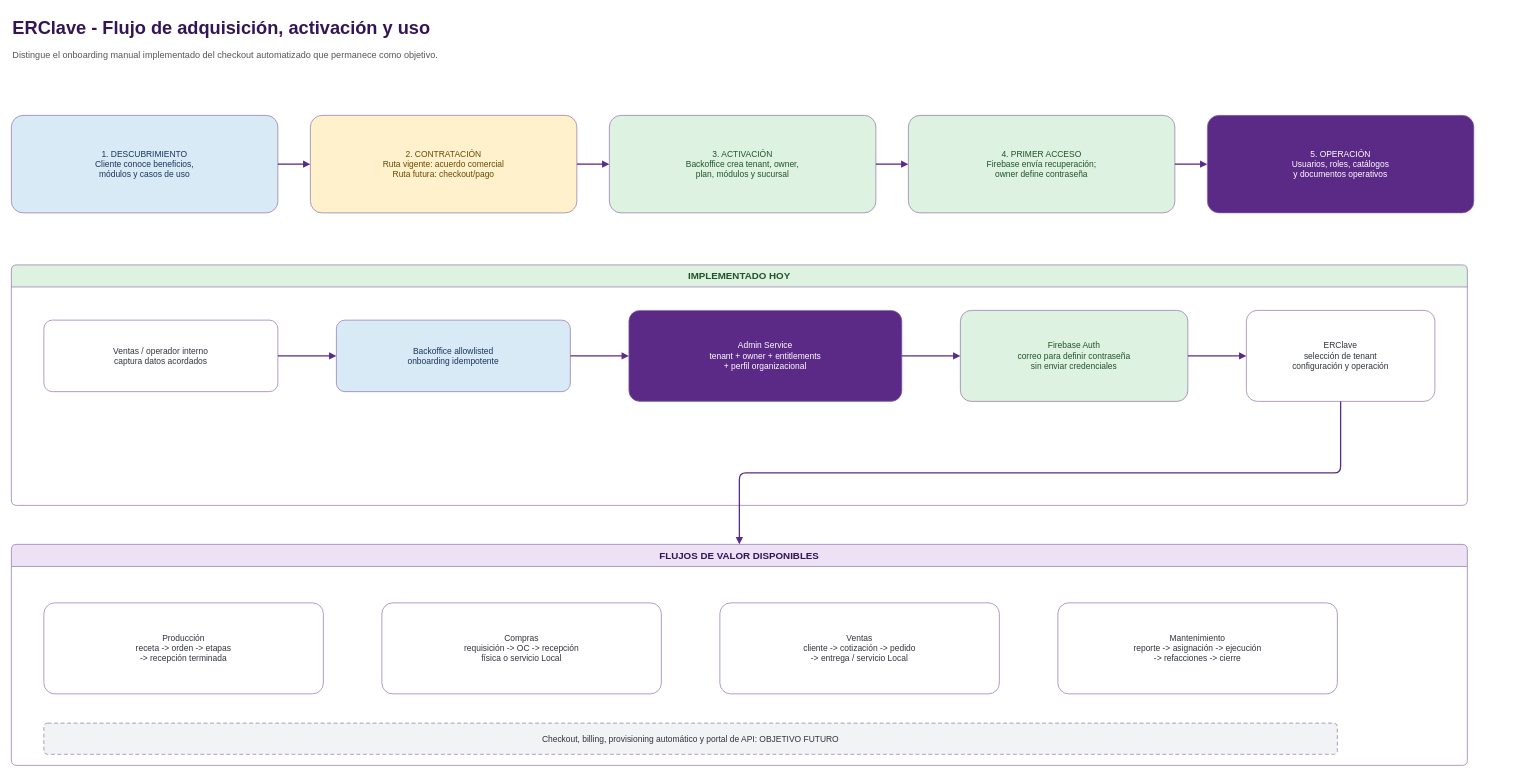
Earlier version of the draw.io diagram docs/arquitectura/diagramas/flujo_negocio_adquisicion_uso.drawio (ChemaPsan/eslaclave-erclave). Source tidied: cells renumbered, new cells numbered last; positions are measured from the earlier drawing's top-left corner, leaving out a move shared by most shapes. Both pictures are drawn from the tidied source at 65%, with x=0, y=0 at pixel (11, 11).
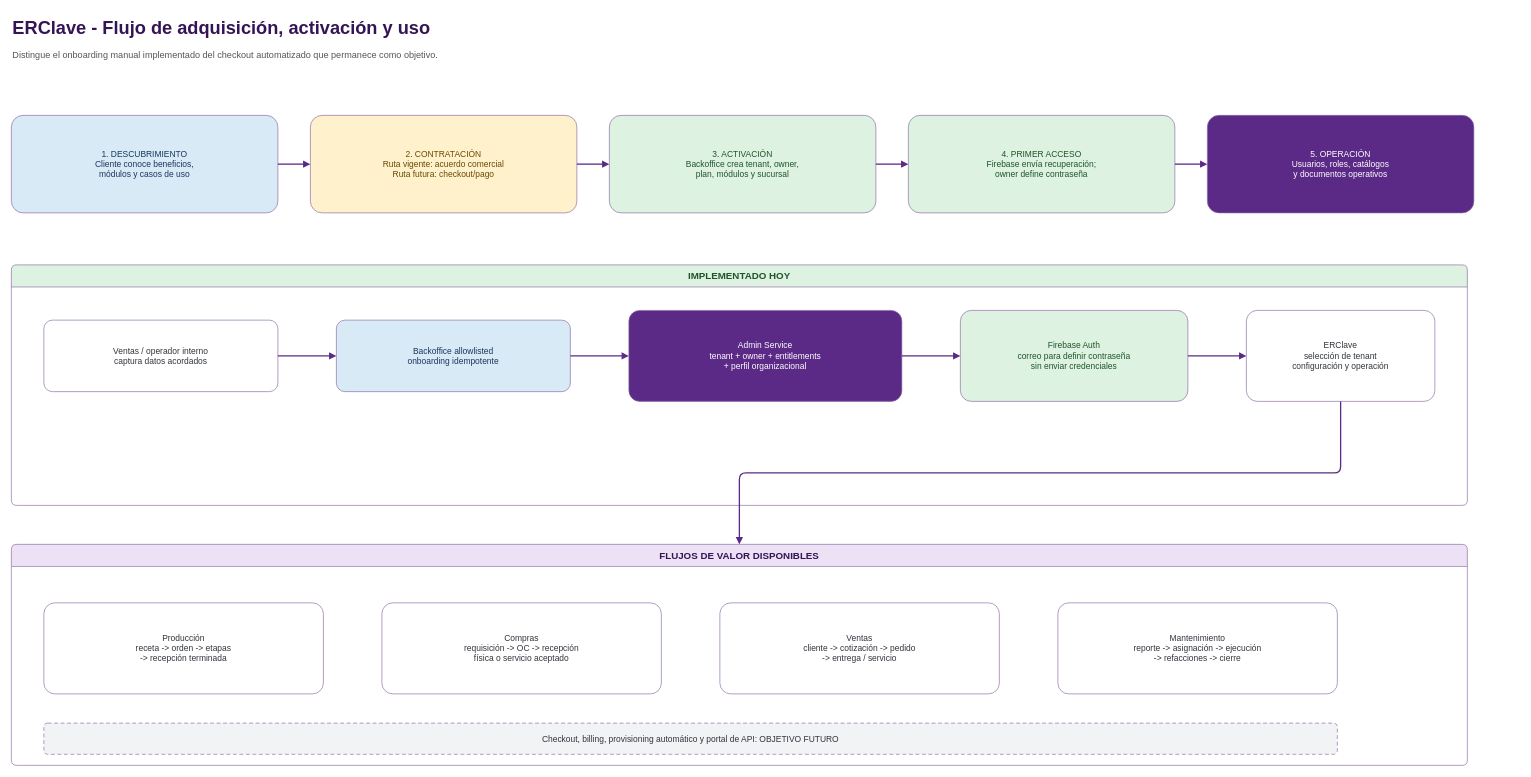
Above is the later version.

Diff of the diagram source:
```diff
@@
-    <mxCell id="17" value="Compras&lt;br&gt;requisición -&gt; OC -&gt; recepción&lt;br&gt;física o servicio Local" style="rounded=1;whiteSpace=wrap;html=1;arcSize=12;fillColor=#FFFFFF;strokeColor=#8A6AA3;fontColor=#30343B;fontSize=13;spacing=8;" parent="1" vertex="1">
+    <mxCell id="17" value="Compras&lt;br&gt;requisición -&gt; OC -&gt; recepción&lt;br&gt;física o servicio aceptado" style="rounded=1;whiteSpace=wrap;html=1;arcSize=12;fillColor=#FFFFFF;strokeColor=#8A6AA3;fontColor=#30343B;fontSize=13;spacing=8;" parent="1" vertex="1">
       <mxGeometry x="570" y="910" width="430" height="140" as="geometry" />
     </mxCell>
-    <mxCell id="18" value="Ventas&lt;br&gt;cliente -&gt; cotización -&gt; pedido&lt;br&gt;-&gt; entrega / servicio Local" style="rounded=1;whiteSpace=wrap;html=1;arcSize=12;fillColor=#FFFFFF;strokeColor=#8A6AA3;fontColor=#30343B;fontSize=13;spacing=8;" parent="1" vertex="1">
+    <mxCell id="18" value="Ventas&lt;br&gt;cliente -&gt; cotización -&gt; pedido&lt;br&gt;-&gt; entrega / servicio" style="rounded=1;whiteSpace=wrap;html=1;arcSize=12;fillColor=#FFFFFF;strokeColor=#8A6AA3;fontColor=#30343B;fontSize=13;spacing=8;" parent="1" vertex="1">
       <mxGeometry x="1090" y="910" width="430" height="140" as="geometry" />
     </mxCell>
```
